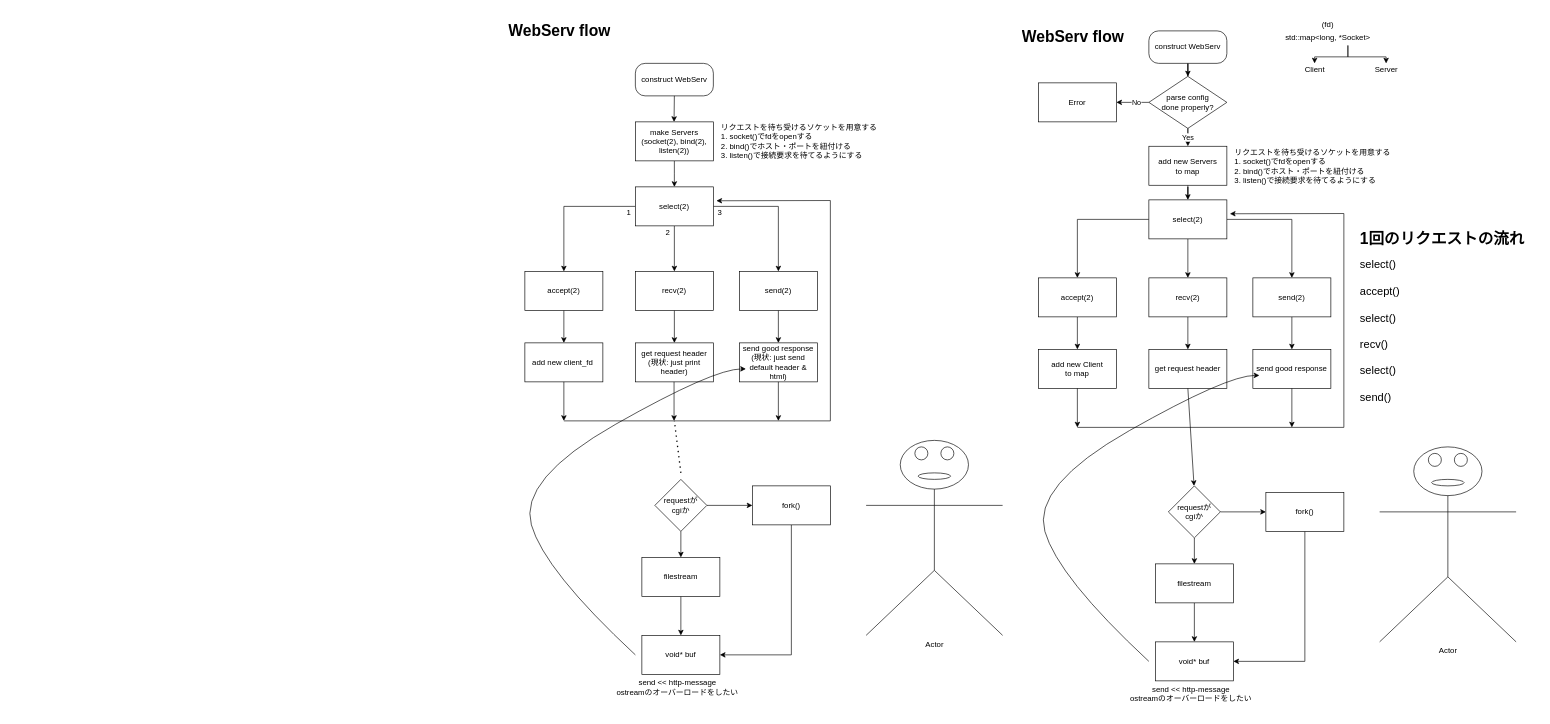
Before: page "ページ2" (2 of 2) of docs/flow.dio in tkomatsu/webserv, a draw.io diagram. Source tidied: cells renumbered, new cells numbered last; positions are measured from the earlier drawing's top-left corner, leaving out a move shared by most shapes. Both pictures are drawn from the tidied source at 65%, with x=0, y=0 at pixel (11, 18).
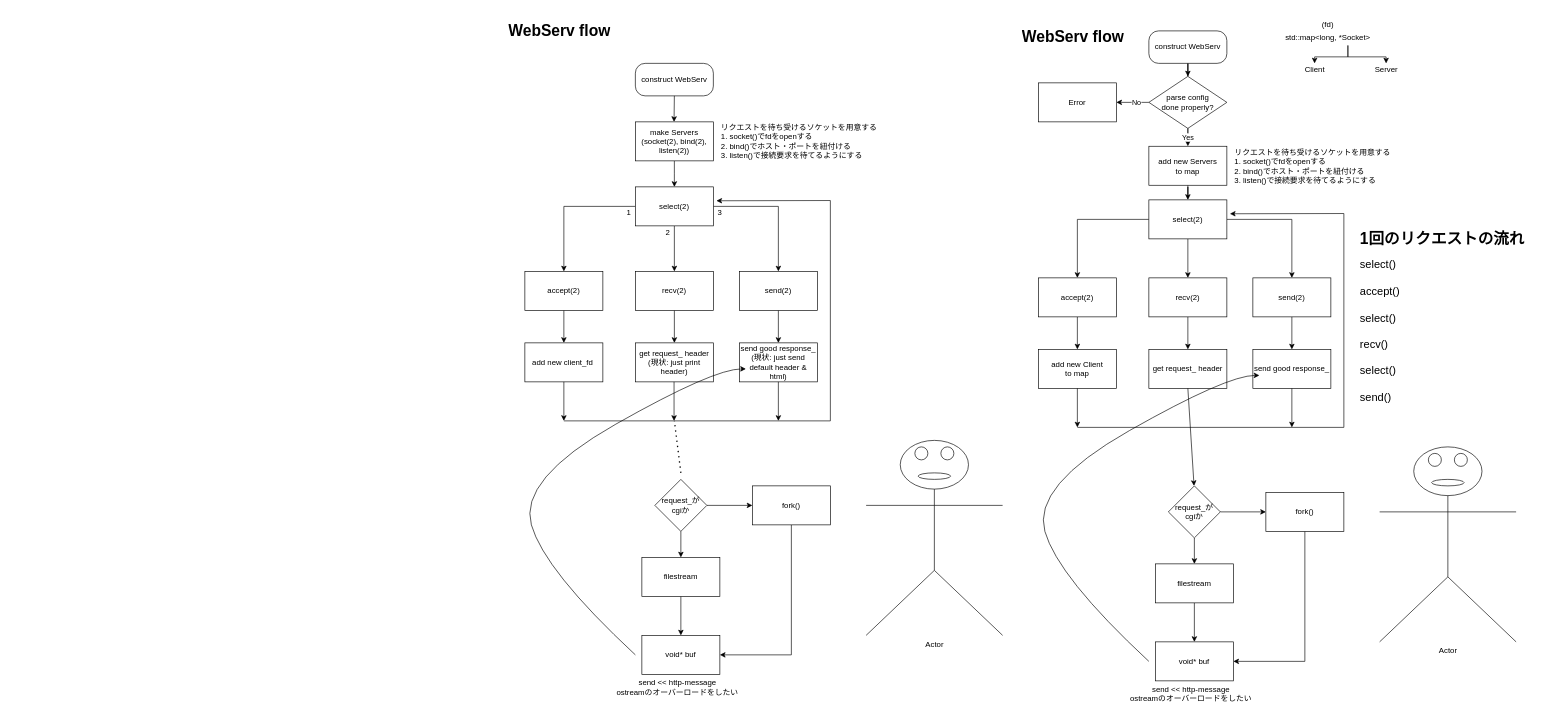
Above is the later version.

Diff of the diagram source:
```diff
@@
-    <mxCell id="19" value="get request header" style="rounded=0;whiteSpace=wrap;html=1;" parent="1" vertex="1">
+    <mxCell id="19" value="get request_ header" style="rounded=0;whiteSpace=wrap;html=1;" parent="1" vertex="1">
       <mxGeometry x="1750" y="510" width="120" height="60" as="geometry" />
     </mxCell>
-    <mxCell id="20" value="send good response" style="rounded=0;whiteSpace=wrap;html=1;" parent="1" vertex="1">
+    <mxCell id="20" value="send good response_" style="rounded=0;whiteSpace=wrap;html=1;" parent="1" vertex="1">
       <mxGeometry x="1910" y="510" width="120" height="60" as="geometry" />
     </mxCell>
@@
-    <mxCell id="29" value="requestが&lt;br&gt;cgiか" style="rhombus;whiteSpace=wrap;html=1;align=center;verticalAlign=middle;" parent="1" vertex="1">
+    <mxCell id="29" value="request_が&lt;br&gt;cgiか" style="rhombus;whiteSpace=wrap;html=1;align=center;verticalAlign=middle;" parent="1" vertex="1">
       <mxGeometry x="1780" y="720" width="80" height="80" as="geometry" />
     </mxCell>
@@
-    <mxCell id="58" value="get request header&lt;br&gt;(現状: just print header)" style="rounded=0;whiteSpace=wrap;html=1;" parent="1" vertex="1">
+    <mxCell id="58" value="get request_ header&lt;br&gt;(現状: just print header)" style="rounded=0;whiteSpace=wrap;html=1;" parent="1" vertex="1">
       <mxGeometry x="960" y="500" width="120" height="60" as="geometry" />
     </mxCell>
-    <mxCell id="59" value="send good response&lt;br&gt;(現状: just send default header &amp;amp; html)" style="rounded=0;whiteSpace=wrap;html=1;" parent="1" vertex="1">
+    <mxCell id="59" value="send good response_&lt;br&gt;(現状: just send default header &amp;amp; html)" style="rounded=0;whiteSpace=wrap;html=1;" parent="1" vertex="1">
       <mxGeometry x="1120" y="500" width="120" height="60" as="geometry" />
     </mxCell>
@@
-    <mxCell id="67" value="requestが&lt;br&gt;cgiか" style="rhombus;whiteSpace=wrap;html=1;align=center;verticalAlign=middle;" parent="1" vertex="1">
+    <mxCell id="67" value="request_が&lt;br&gt;cgiか" style="rhombus;whiteSpace=wrap;html=1;align=center;verticalAlign=middle;" parent="1" vertex="1">
       <mxGeometry x="990" y="710" width="80" height="80" as="geometry" />
     </mxCell>
```
